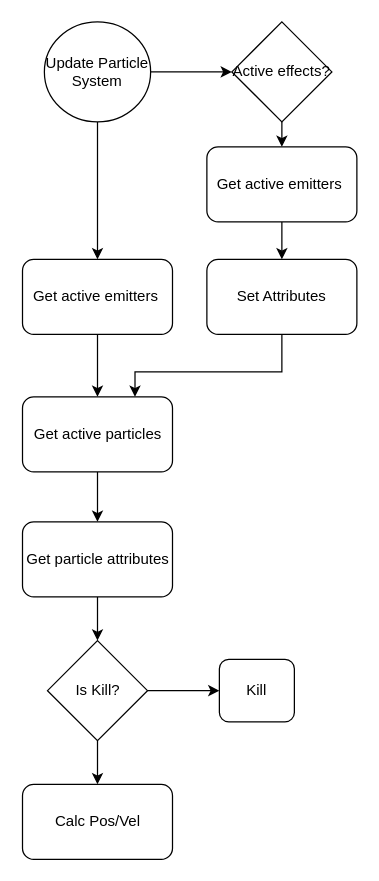
Before: usecaseDiagram2_Task4.drawio in KarlWastesson/KandidatLab, a draw.io diagram. Source tidied: cells renumbered, new cells numbered last; positions are measured from the earlier drawing's top-left corner, leaving out a move shared by most shapes. Both pictures are drawn from the tidied source at 125%, with x=0, y=0 at pixel (21, 21).
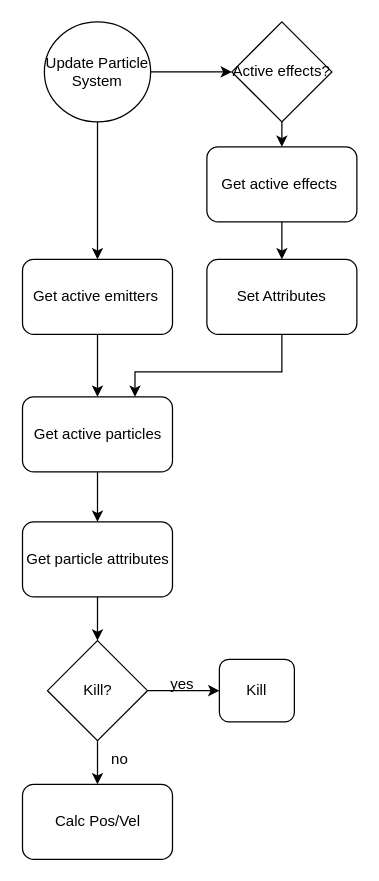
After the change.

The edit, as a diff of the source:
```diff
@@
-    <mxCell id="16" value="Get active emitters&amp;nbsp;" style="rounded=1;whiteSpace=wrap;html=1;" parent="1" vertex="1">
+    <mxCell id="16" value="Get active effects&amp;nbsp;" style="rounded=1;whiteSpace=wrap;html=1;" parent="1" vertex="1">
       <mxGeometry x="148" y="100" width="120" height="60" as="geometry" />
     </mxCell>
@@
-    <mxCell id="19" value="Is Kill?" style="rhombus;whiteSpace=wrap;html=1;" parent="1" vertex="1">
+    <mxCell id="19" value="Kill?" style="rhombus;whiteSpace=wrap;html=1;" parent="1" vertex="1">
       <mxGeometry x="20.5" y="495" width="80" height="80" as="geometry" />
     </mxCell>
@@
+    <mxCell id="22" value="yes" style="text;html=1;align=center;verticalAlign=middle;strokeColor=none;fillColor=none;" parent="1" vertex="1">
+      <mxGeometry x="108" y="515" width="40" height="30" as="geometry" />
+    </mxCell>
+    <mxCell id="23" value="no" style="text;html=1;align=center;verticalAlign=middle;strokeColor=none;fillColor=none;" parent="1" vertex="1">
+      <mxGeometry x="58" y="575" width="40" height="30" as="geometry" />
+    </mxCell>
```
